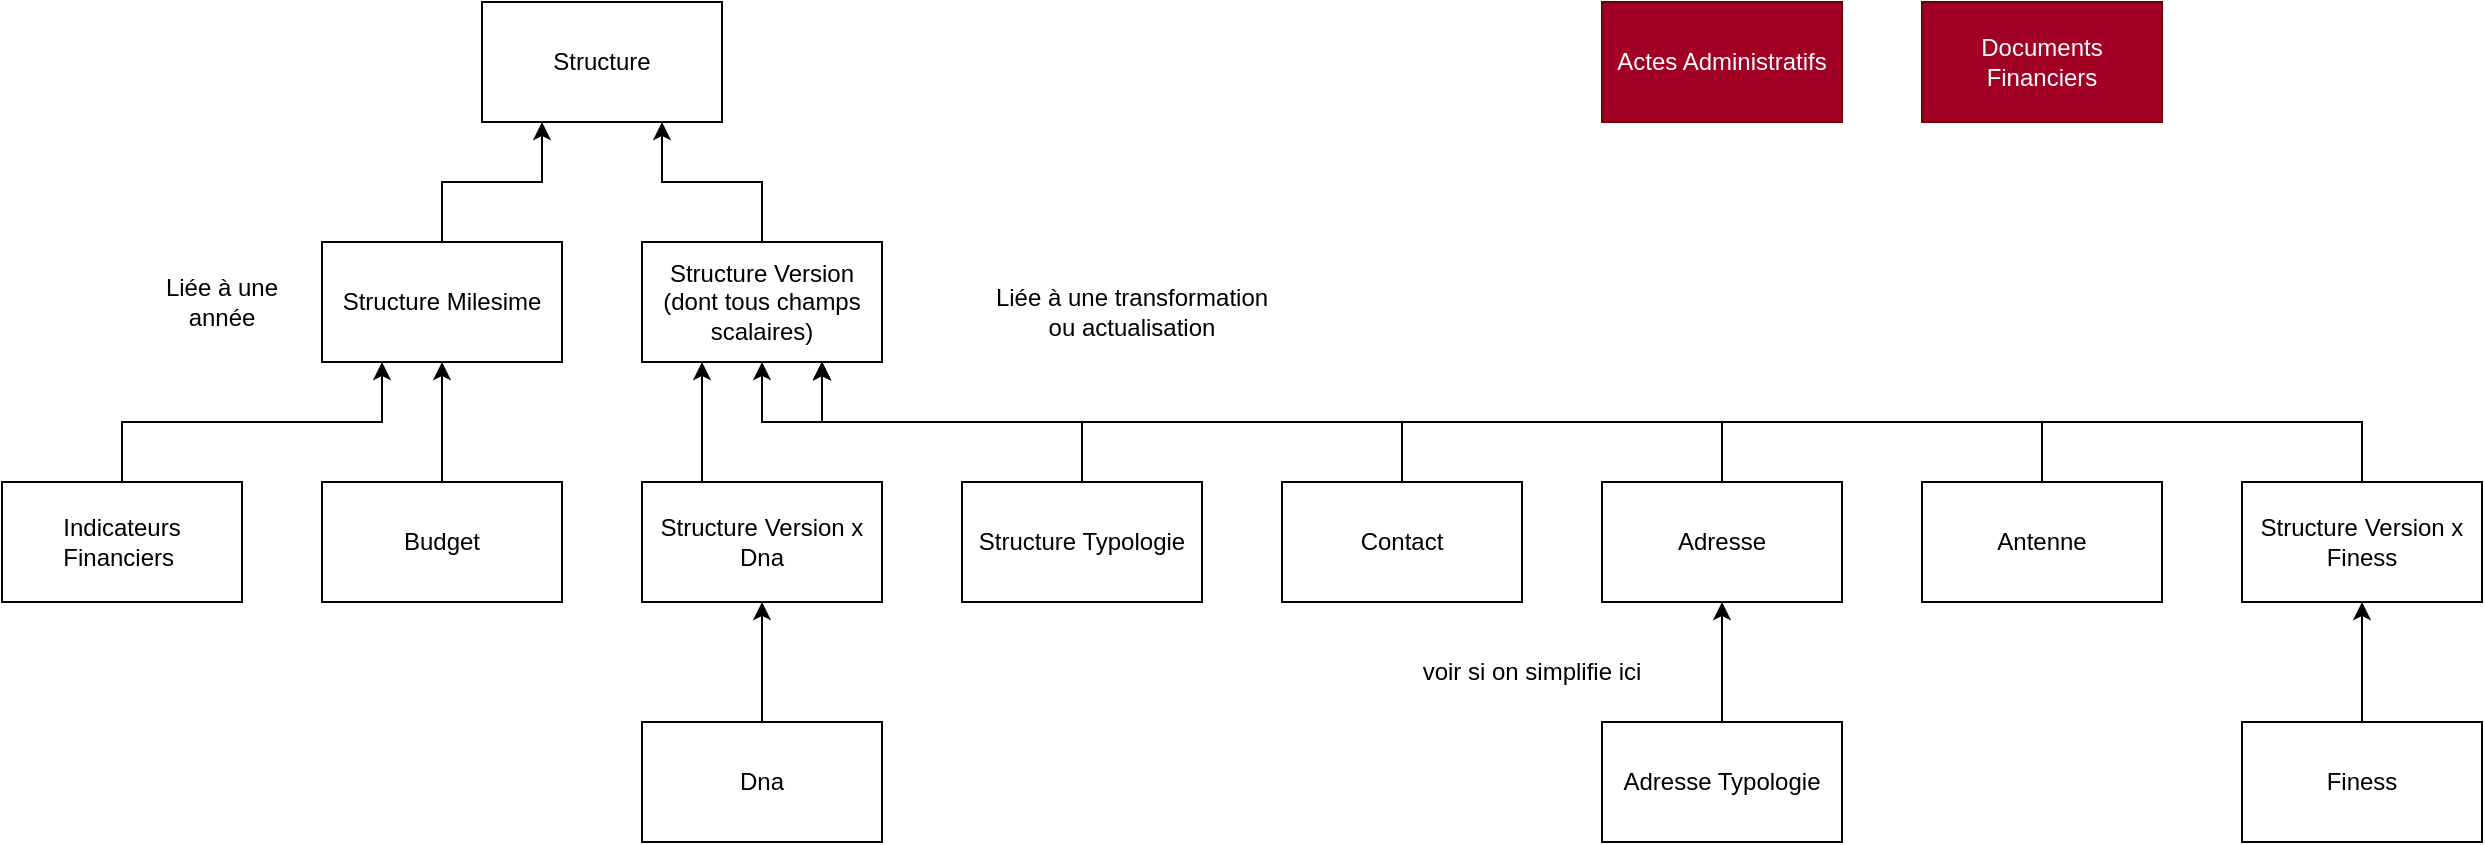
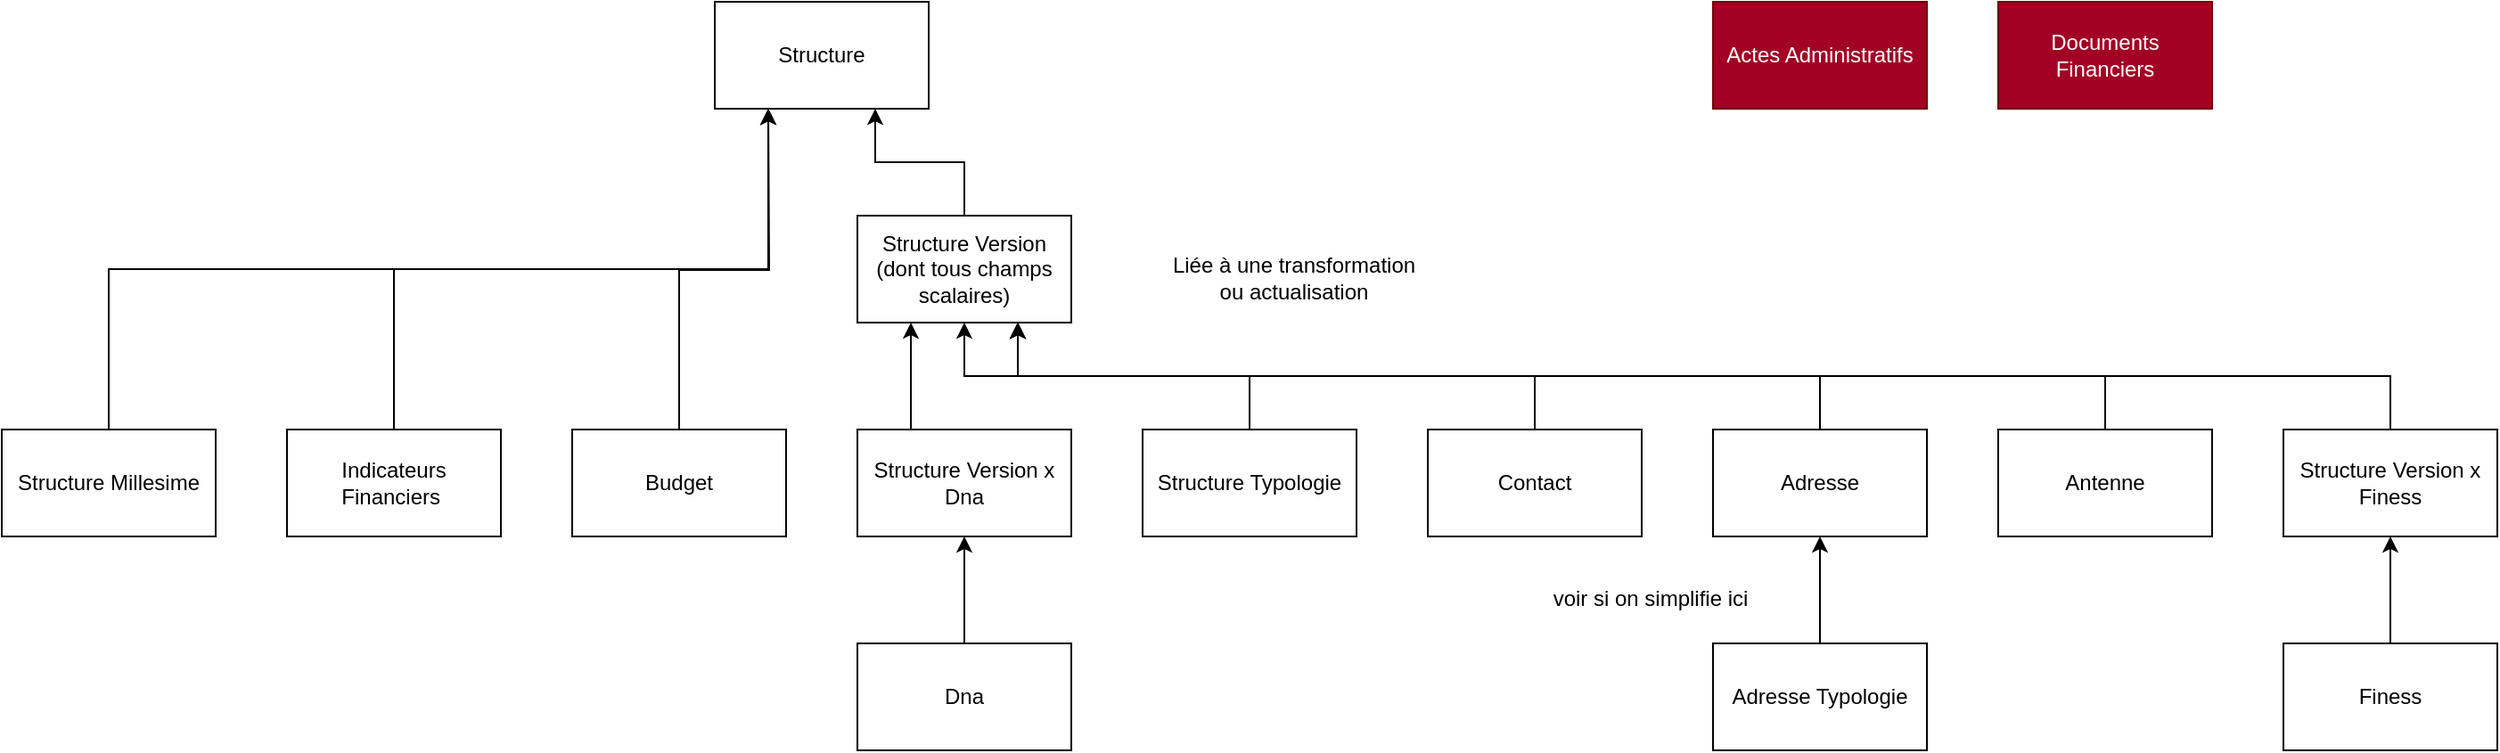
<mxfile host="Electron">
  <diagram name="Page-1" id="6RUDys11QK9n_1taatsQ">
-     <mxGraphModel dx="1384" dy="884" grid="1" gridSize="10" guides="1" tooltips="1" connect="1" arrows="1" fold="1" page="1" pageScale="1" pageWidth="850" pageHeight="1100" math="0" shadow="0">
+     <mxGraphModel dx="2516" dy="1607" grid="1" gridSize="10" guides="1" tooltips="1" connect="1" arrows="1" fold="1" page="1" pageScale="1" pageWidth="850" pageHeight="1100" math="0" shadow="0">
      <root>
        <mxCell id="0" />
        <mxCell id="1" parent="0" />
        <mxCell id="XhZHxugvUpTfGzHRepEn-1" parent="1" style="whiteSpace=wrap;html=1;" value="Structure" vertex="1">
-           <mxGeometry height="60" width="120" x="360" y="40" as="geometry" />
+           <mxGeometry height="60" width="120" x="440" y="30" as="geometry" />
        </mxCell>
        <mxCell id="XhZHxugvUpTfGzHRepEn-22" edge="1" parent="1" source="XhZHxugvUpTfGzHRepEn-2" style="edgeStyle=orthogonalEdgeStyle;rounded=0;orthogonalLoop=1;jettySize=auto;html=1;exitX=0.5;exitY=0;exitDx=0;exitDy=0;entryX=0.25;entryY=1;entryDx=0;entryDy=0;" target="XhZHxugvUpTfGzHRepEn-1">
          <mxGeometry relative="1" as="geometry" />
        </mxCell>
-         <mxCell id="XhZHxugvUpTfGzHRepEn-2" parent="1" style="whiteSpace=wrap;html=1;" value="Structure Milesime" vertex="1">
-           <mxGeometry height="60" width="120" x="280" y="160" as="geometry" />
+         <mxCell id="XhZHxugvUpTfGzHRepEn-2" parent="1" style="whiteSpace=wrap;html=1;" value="Structure Millesime" vertex="1">
+           <mxGeometry height="60" width="120" x="40" y="270" as="geometry" />
        </mxCell>
        <mxCell id="XhZHxugvUpTfGzHRepEn-23" edge="1" parent="1" source="XhZHxugvUpTfGzHRepEn-4" style="edgeStyle=orthogonalEdgeStyle;rounded=0;orthogonalLoop=1;jettySize=auto;html=1;exitX=0.5;exitY=0;exitDx=0;exitDy=0;entryX=0.75;entryY=1;entryDx=0;entryDy=0;" target="XhZHxugvUpTfGzHRepEn-1">
          <mxGeometry relative="1" as="geometry" />
        </mxCell>
        <mxCell id="XhZHxugvUpTfGzHRepEn-4" parent="1" style="whiteSpace=wrap;html=1;" value="Structure Version (dont tous champs scalaires)" vertex="1">
-           <mxGeometry height="60" width="120" x="440" y="160" as="geometry" />
-         </mxCell>
-         <mxCell id="XhZHxugvUpTfGzHRepEn-5" parent="1" style="text;html=1;whiteSpace=wrap;strokeColor=none;fillColor=none;align=center;verticalAlign=middle;rounded=0;" value="Liée à une année" vertex="1">
-           <mxGeometry height="30" width="60" x="200" y="175" as="geometry" />
+           <mxGeometry height="60" width="120" x="520" y="150" as="geometry" />
        </mxCell>
        <mxCell id="XhZHxugvUpTfGzHRepEn-6" parent="1" style="text;html=1;whiteSpace=wrap;strokeColor=none;fillColor=none;align=center;verticalAlign=middle;rounded=0;" value="voir si on simplifie ici" vertex="1">
-           <mxGeometry height="30" width="150" x="810" y="360" as="geometry" />
+           <mxGeometry height="30" width="150" x="890" y="350" as="geometry" />
        </mxCell>
        <mxCell id="XhZHxugvUpTfGzHRepEn-24" edge="1" parent="1" source="XhZHxugvUpTfGzHRepEn-7" style="edgeStyle=orthogonalEdgeStyle;rounded=0;orthogonalLoop=1;jettySize=auto;html=1;exitX=0.25;exitY=0;exitDx=0;exitDy=0;entryX=0.25;entryY=1;entryDx=0;entryDy=0;" target="XhZHxugvUpTfGzHRepEn-4">
          <mxGeometry relative="1" as="geometry" />
        </mxCell>
        <mxCell id="XhZHxugvUpTfGzHRepEn-7" parent="1" style="whiteSpace=wrap;html=1;" value="Structure Version x Dna" vertex="1">
-           <mxGeometry height="60" width="120" x="440" y="280" as="geometry" />
+           <mxGeometry height="60" width="120" x="520" y="270" as="geometry" />
        </mxCell>
        <mxCell id="XhZHxugvUpTfGzHRepEn-25" edge="1" parent="1" source="XhZHxugvUpTfGzHRepEn-8" style="edgeStyle=orthogonalEdgeStyle;rounded=0;orthogonalLoop=1;jettySize=auto;html=1;exitX=0.5;exitY=0;exitDx=0;exitDy=0;entryX=0.5;entryY=1;entryDx=0;entryDy=0;" target="XhZHxugvUpTfGzHRepEn-7">
          <mxGeometry relative="1" as="geometry" />
        </mxCell>
        <mxCell id="XhZHxugvUpTfGzHRepEn-8" parent="1" style="whiteSpace=wrap;html=1;" value="Dna" vertex="1">
-           <mxGeometry height="60" width="120" x="440" y="400" as="geometry" />
+           <mxGeometry height="60" width="120" x="520" y="390" as="geometry" />
        </mxCell>
-         <mxCell id="XhZHxugvUpTfGzHRepEn-20" edge="1" parent="1" source="XhZHxugvUpTfGzHRepEn-9" style="edgeStyle=orthogonalEdgeStyle;rounded=0;orthogonalLoop=1;jettySize=auto;html=1;exitX=0.5;exitY=0;exitDx=0;exitDy=0;entryX=0.25;entryY=1;entryDx=0;entryDy=0;" target="XhZHxugvUpTfGzHRepEn-2">
+         <mxCell id="nLTuAMt-I8IYxS0S5KZL-1" edge="1" parent="1" source="XhZHxugvUpTfGzHRepEn-9" style="edgeStyle=orthogonalEdgeStyle;rounded=0;orthogonalLoop=1;jettySize=auto;html=1;exitX=0.5;exitY=0;exitDx=0;exitDy=0;entryX=0.25;entryY=1;entryDx=0;entryDy=0;" target="XhZHxugvUpTfGzHRepEn-1">
          <mxGeometry relative="1" as="geometry" />
        </mxCell>
        <mxCell id="XhZHxugvUpTfGzHRepEn-9" parent="1" style="whiteSpace=wrap;html=1;" value="Indicateurs Financiers&amp;nbsp;" vertex="1">
-           <mxGeometry height="60" width="120" x="120" y="280" as="geometry" />
+           <mxGeometry height="60" width="120" x="200" y="270" as="geometry" />
        </mxCell>
-         <mxCell id="XhZHxugvUpTfGzHRepEn-21" edge="1" parent="1" source="XhZHxugvUpTfGzHRepEn-11" style="edgeStyle=orthogonalEdgeStyle;rounded=0;orthogonalLoop=1;jettySize=auto;html=1;exitX=0.5;exitY=0;exitDx=0;exitDy=0;entryX=0.5;entryY=1;entryDx=0;entryDy=0;" target="XhZHxugvUpTfGzHRepEn-2">
-           <mxGeometry relative="1" as="geometry" />
+         <mxCell id="nLTuAMt-I8IYxS0S5KZL-2" edge="1" parent="1" source="XhZHxugvUpTfGzHRepEn-11" style="edgeStyle=orthogonalEdgeStyle;rounded=0;orthogonalLoop=1;jettySize=auto;html=1;exitX=0.5;exitY=0;exitDx=0;exitDy=0;">
+           <mxGeometry relative="1" as="geometry">
+             <mxPoint x="470" y="90" as="targetPoint" />
+           </mxGeometry>
        </mxCell>
        <mxCell id="XhZHxugvUpTfGzHRepEn-11" parent="1" style="whiteSpace=wrap;html=1;" value="Budget" vertex="1">
-           <mxGeometry height="60" width="120" x="280" y="280" as="geometry" />
+           <mxGeometry height="60" width="120" x="360" y="270" as="geometry" />
        </mxCell>
        <mxCell id="XhZHxugvUpTfGzHRepEn-26" edge="1" parent="1" source="XhZHxugvUpTfGzHRepEn-12" style="edgeStyle=orthogonalEdgeStyle;rounded=0;orthogonalLoop=1;jettySize=auto;html=1;exitX=0.5;exitY=0;exitDx=0;exitDy=0;entryX=0.5;entryY=1;entryDx=0;entryDy=0;" target="XhZHxugvUpTfGzHRepEn-4">
          <mxGeometry relative="1" as="geometry" />
        </mxCell>
        <mxCell id="XhZHxugvUpTfGzHRepEn-12" parent="1" style="whiteSpace=wrap;html=1;" value="Structure Typologie" vertex="1">
-           <mxGeometry height="60" width="120" x="600" y="280" as="geometry" />
+           <mxGeometry height="60" width="120" x="680" y="270" as="geometry" />
        </mxCell>
        <mxCell id="XhZHxugvUpTfGzHRepEn-27" edge="1" parent="1" source="XhZHxugvUpTfGzHRepEn-13" style="edgeStyle=orthogonalEdgeStyle;rounded=0;orthogonalLoop=1;jettySize=auto;html=1;exitX=0.5;exitY=0;exitDx=0;exitDy=0;entryX=0.75;entryY=1;entryDx=0;entryDy=0;" target="XhZHxugvUpTfGzHRepEn-4">
          <mxGeometry relative="1" as="geometry" />
        </mxCell>
        <mxCell id="XhZHxugvUpTfGzHRepEn-13" parent="1" style="whiteSpace=wrap;html=1;" value="Contact" vertex="1">
-           <mxGeometry height="60" width="120" x="760" y="280" as="geometry" />
+           <mxGeometry height="60" width="120" x="840" y="270" as="geometry" />
        </mxCell>
        <mxCell id="XhZHxugvUpTfGzHRepEn-28" edge="1" parent="1" source="XhZHxugvUpTfGzHRepEn-14" style="edgeStyle=orthogonalEdgeStyle;rounded=0;orthogonalLoop=1;jettySize=auto;html=1;exitX=0.5;exitY=0;exitDx=0;exitDy=0;entryX=0.75;entryY=1;entryDx=0;entryDy=0;" target="XhZHxugvUpTfGzHRepEn-4">
          <mxGeometry relative="1" as="geometry" />
        </mxCell>
        <mxCell id="XhZHxugvUpTfGzHRepEn-14" parent="1" style="whiteSpace=wrap;html=1;" value="Adresse" vertex="1">
-           <mxGeometry height="60" width="120" x="920" y="280" as="geometry" />
+           <mxGeometry height="60" width="120" x="1000" y="270" as="geometry" />
        </mxCell>
        <mxCell id="XhZHxugvUpTfGzHRepEn-31" edge="1" parent="1" source="XhZHxugvUpTfGzHRepEn-15" style="edgeStyle=orthogonalEdgeStyle;rounded=0;orthogonalLoop=1;jettySize=auto;html=1;exitX=0.5;exitY=0;exitDx=0;exitDy=0;entryX=0.5;entryY=1;entryDx=0;entryDy=0;" target="XhZHxugvUpTfGzHRepEn-14">
          <mxGeometry relative="1" as="geometry" />
        </mxCell>
        <mxCell id="XhZHxugvUpTfGzHRepEn-15" parent="1" style="whiteSpace=wrap;html=1;" value="Adresse Typologie" vertex="1">
-           <mxGeometry height="60" width="120" x="920" y="400" as="geometry" />
+           <mxGeometry height="60" width="120" x="1000" y="390" as="geometry" />
        </mxCell>
        <mxCell id="XhZHxugvUpTfGzHRepEn-16" parent="1" style="text;html=1;whiteSpace=wrap;strokeColor=none;fillColor=none;align=center;verticalAlign=middle;rounded=0;" value="Liée à une transformation ou actualisation" vertex="1">
-           <mxGeometry height="30" width="150" x="610" y="180" as="geometry" />
+           <mxGeometry height="30" width="150" x="690" y="170" as="geometry" />
        </mxCell>
        <mxCell id="XhZHxugvUpTfGzHRepEn-29" edge="1" parent="1" source="XhZHxugvUpTfGzHRepEn-17" style="edgeStyle=orthogonalEdgeStyle;rounded=0;orthogonalLoop=1;jettySize=auto;html=1;exitX=0.5;exitY=0;exitDx=0;exitDy=0;entryX=0.75;entryY=1;entryDx=0;entryDy=0;" target="XhZHxugvUpTfGzHRepEn-4">
          <mxGeometry relative="1" as="geometry" />
        </mxCell>
        <mxCell id="XhZHxugvUpTfGzHRepEn-17" parent="1" style="whiteSpace=wrap;html=1;" value="Antenne" vertex="1">
-           <mxGeometry height="60" width="120" x="1080" y="280" as="geometry" />
+           <mxGeometry height="60" width="120" x="1160" y="270" as="geometry" />
        </mxCell>
        <mxCell id="XhZHxugvUpTfGzHRepEn-30" edge="1" parent="1" source="XhZHxugvUpTfGzHRepEn-18" style="edgeStyle=orthogonalEdgeStyle;rounded=0;orthogonalLoop=1;jettySize=auto;html=1;exitX=0.5;exitY=0;exitDx=0;exitDy=0;entryX=0.75;entryY=1;entryDx=0;entryDy=0;" target="XhZHxugvUpTfGzHRepEn-4">
          <mxGeometry relative="1" as="geometry" />
        </mxCell>
        <mxCell id="XhZHxugvUpTfGzHRepEn-18" parent="1" style="whiteSpace=wrap;html=1;" value="Structure Version x Finess" vertex="1">
-           <mxGeometry height="60" width="120" x="1240" y="280" as="geometry" />
+           <mxGeometry height="60" width="120" x="1320" y="270" as="geometry" />
        </mxCell>
        <mxCell id="XhZHxugvUpTfGzHRepEn-32" edge="1" parent="1" source="XhZHxugvUpTfGzHRepEn-19" style="edgeStyle=orthogonalEdgeStyle;rounded=0;orthogonalLoop=1;jettySize=auto;html=1;exitX=0.5;exitY=0;exitDx=0;exitDy=0;entryX=0.5;entryY=1;entryDx=0;entryDy=0;" target="XhZHxugvUpTfGzHRepEn-18">
          <mxGeometry relative="1" as="geometry" />
        </mxCell>
        <mxCell id="XhZHxugvUpTfGzHRepEn-19" parent="1" style="whiteSpace=wrap;html=1;" value="&lt;span style=&quot;background-color: transparent; color: light-dark(rgb(0, 0, 0), rgb(255, 255, 255));&quot;&gt;Finess&lt;/span&gt;" vertex="1">
-           <mxGeometry height="60" width="120" x="1240" y="400" as="geometry" />
+           <mxGeometry height="60" width="120" x="1320" y="390" as="geometry" />
        </mxCell>
        <mxCell id="XhZHxugvUpTfGzHRepEn-33" parent="1" style="whiteSpace=wrap;html=1;fillColor=#a20025;fontColor=#ffffff;strokeColor=#6F0000;" value="Actes Administratifs" vertex="1">
-           <mxGeometry height="60" width="120" x="920" y="40" as="geometry" />
+           <mxGeometry height="60" width="120" x="1000" y="30" as="geometry" />
        </mxCell>
        <mxCell id="XhZHxugvUpTfGzHRepEn-34" parent="1" style="whiteSpace=wrap;html=1;fillColor=#a20025;fontColor=#ffffff;strokeColor=#6F0000;" value="Documents Financiers" vertex="1">
-           <mxGeometry height="60" width="120" x="1080" y="40" as="geometry" />
+           <mxGeometry height="60" width="120" x="1160" y="30" as="geometry" />
        </mxCell>
      </root>
    </mxGraphModel>
  </diagram>
</mxfile>
